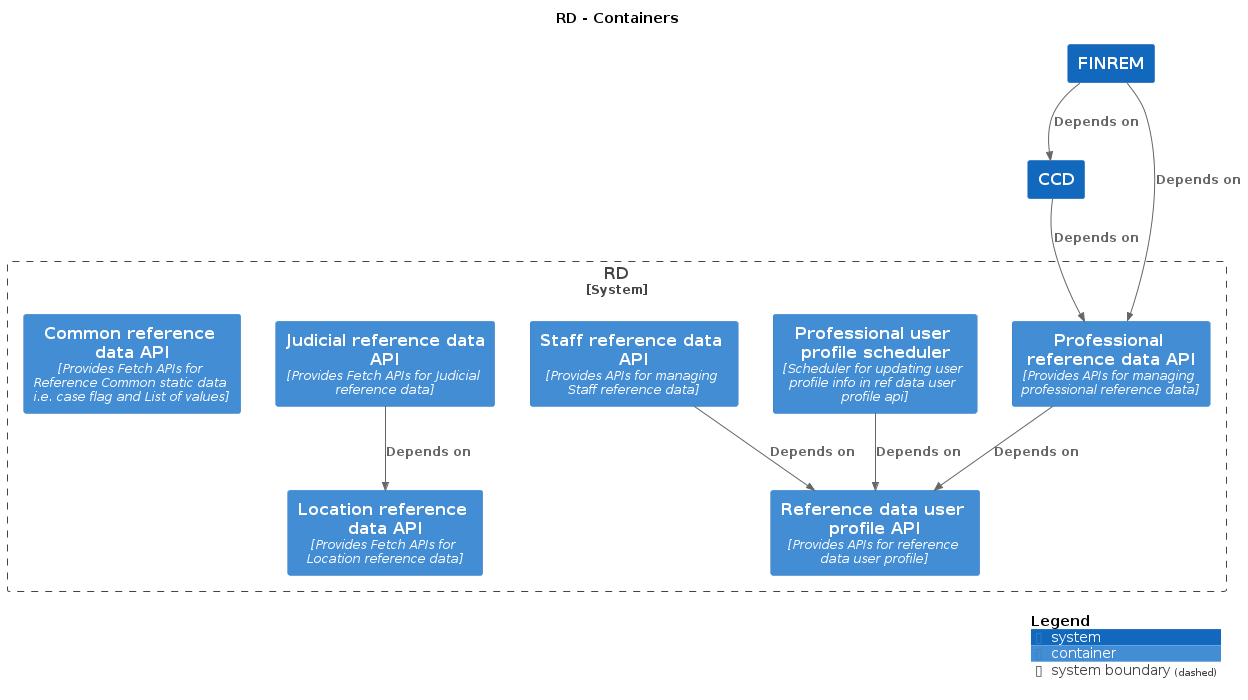
Earlier version of the PlantUML export docs/c4/rd/images/structurizr-rd-overview.png (hmcts/cnp-api-docs).
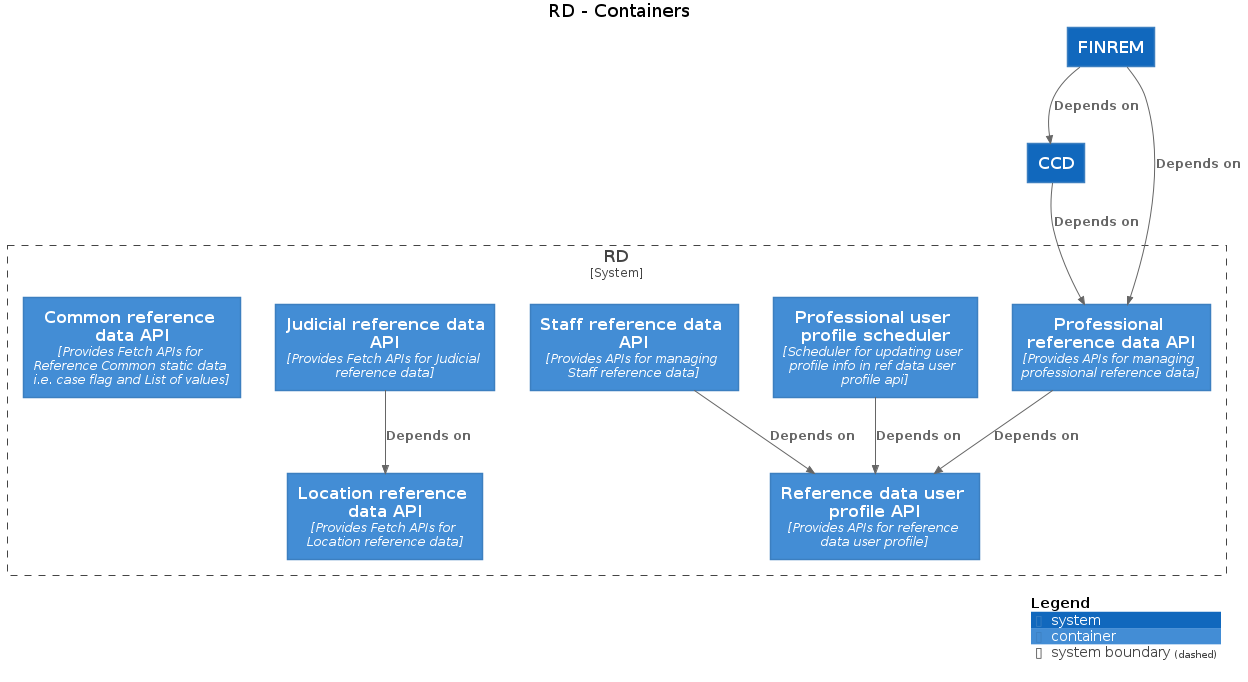
Later version of the same file.

Diff of the diagram source:
```diff
@@ -3,30 +3,30 @@
 
 top to bottom direction
 
-!include https://raw.githubusercontent.com/plantuml-stdlib/C4-PlantUML/master/C4.puml
-!include https://raw.githubusercontent.com/plantuml-stdlib/C4-PlantUML/master/C4_Context.puml
-!include https://raw.githubusercontent.com/plantuml-stdlib/C4-PlantUML/master/C4_Container.puml
+!includeurl https://raw.githubusercontent.com/plantuml-stdlib/C4-PlantUML/master/C4.puml
+!includeurl https://raw.githubusercontent.com/plantuml-stdlib/C4-PlantUML/master/C4_Context.puml
+!includeurl https://raw.githubusercontent.com/plantuml-stdlib/C4-PlantUML/master/C4_Container.puml
 
-System(FINREM, "FINREM", "", $tags="")
-System(CCD, "CCD", "", $tags="")
+System(FINREM, "FINREM", "")
+System(CCD, "CCD", "")
 
 System_Boundary("RD_boundary", "RD") {
-  Container(RD.ProfessionalreferencedataAPI, "Professional reference data API", "Provides APIs for managing professional reference data", $tags="")
-  Container(RD.ReferencedatauserprofileAPI, "Reference data user profile API", "Provides APIs for reference data user profile", $tags="")
-  Container(RD.Professionaluserprofilescheduler, "Professional user profile scheduler", "Scheduler for updating user profile info in ref data user profile api", $tags="")
-  Container(RD.StaffreferencedataAPI, "Staff reference data API", "Provides APIs for managing Staff reference data", $tags="")
-  Container(RD.LocationreferencedataAPI, "Location reference data API", "Provides Fetch APIs for Location reference data", $tags="")
-  Container(RD.JudicialreferencedataAPI, "Judicial reference data API", "Provides Fetch APIs for Judicial reference data", $tags="")
-  Container(RD.CommonreferencedataAPI, "Common reference data API", "Provides Fetch APIs for Reference Common static data i.e. case flag and List of values", $tags="")
+  Container(RD.ProfessionalreferencedataAPI, "Professional reference data API", "Provides APIs for managing professional reference data")
+  Container(RD.ReferencedatauserprofileAPI, "Reference data user profile API", "Provides APIs for reference data user profile")
+  Container(RD.Professionaluserprofilescheduler, "Professional user profile scheduler", "Scheduler for updating user profile info in ref data user profile api")
+  Container(RD.StaffreferencedataAPI, "Staff reference data API", "Provides APIs for managing Staff reference data")
+  Container(RD.LocationreferencedataAPI, "Location reference data API", "Provides Fetch APIs for Location reference data")
+  Container(RD.JudicialreferencedataAPI, "Judicial reference data API", "Provides Fetch APIs for Judicial reference data")
+  Container(RD.CommonreferencedataAPI, "Common reference data API", "Provides Fetch APIs for Reference Common static data i.e. case flag and List of values")
 }
 
-Rel_D(CCD, RD.ProfessionalreferencedataAPI, "Depends on", $tags="")
-Rel_D(FINREM, CCD, "Depends on", $tags="")
-Rel_D(FINREM, RD.ProfessionalreferencedataAPI, "Depends on", $tags="")
-Rel_D(RD.ProfessionalreferencedataAPI, RD.ReferencedatauserprofileAPI, "Depends on", $tags="")
-Rel_D(RD.Professionaluserprofilescheduler, RD.ReferencedatauserprofileAPI, "Depends on", $tags="")
-Rel_D(RD.StaffreferencedataAPI, RD.ReferencedatauserprofileAPI, "Depends on", $tags="")
-Rel_D(RD.JudicialreferencedataAPI, RD.LocationreferencedataAPI, "Depends on", $tags="")
+Rel_D(CCD, RD.ProfessionalreferencedataAPI, "Depends on")
+Rel_D(FINREM, CCD, "Depends on")
+Rel_D(FINREM, RD.ProfessionalreferencedataAPI, "Depends on")
+Rel_D(RD.ProfessionalreferencedataAPI, RD.ReferencedatauserprofileAPI, "Depends on")
+Rel_D(RD.Professionaluserprofilescheduler, RD.ReferencedatauserprofileAPI, "Depends on")
+Rel_D(RD.StaffreferencedataAPI, RD.ReferencedatauserprofileAPI, "Depends on")
+Rel_D(RD.JudicialreferencedataAPI, RD.LocationreferencedataAPI, "Depends on")
 
 SHOW_DYNAMIC_LEGEND()
 @enduml
```
